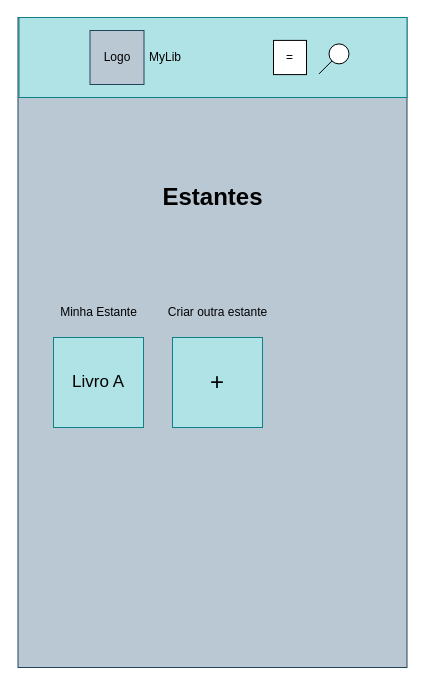
LeoHMuniz/FrontEnd keeps this draw.io diagram as page "Minhas Estantes!" (12 of 13) of Bookshelf.drawio. Above is the earlier version. Source tidied: cells renumbered, new cells numbered last; positions are measured from the earlier drawing's top-left corner, leaving out a move shared by most shapes. Both pictures are drawn from the tidied source at 100%, with x=0, y=0 at pixel (17, 17).
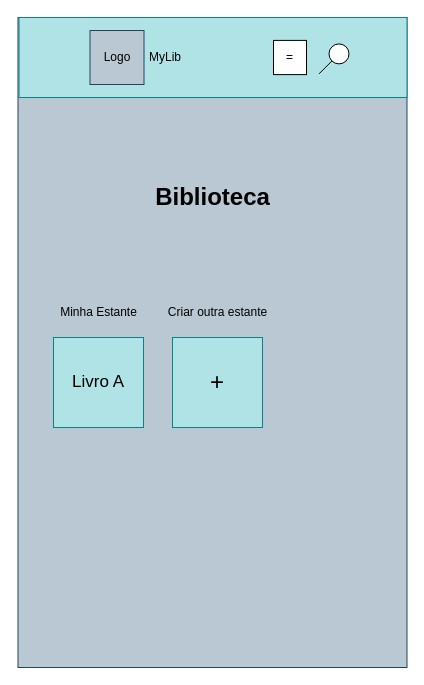
Above is the later version.

Diff of the diagram source:
```diff
@@
 <mxGraphModel>
   <root>
     <mxCell id="0" />
     <mxCell id="1" parent="0" />
     <mxCell id="2" style="rounded=0;whiteSpace=wrap;html=1;fillColor=#bac8d3;strokeColor=#23445d;" parent="1" vertex="1">
       <mxGeometry x="0.5" width="389" height="650" as="geometry" />
     </mxCell>
     <mxCell id="3" value="&lt;font style=&quot;font-size: 17px;&quot;&gt;Livro A&lt;/font&gt;" style="rounded=0;whiteSpace=wrap;html=1;fillColor=#b0e3e6;strokeColor=#0e8088;" parent="1" vertex="1">
       <mxGeometry x="36" y="320" width="90" height="90" as="geometry" />
     </mxCell>
     <mxCell id="4" style="rounded=0;whiteSpace=wrap;html=1;fillColor=#b0e3e6;strokeColor=#0e8088;" parent="1" vertex="1">
       <mxGeometry x="1.5" width="388" height="80" as="geometry" />
     </mxCell>
     <mxCell id="5" value="Logo" style="whiteSpace=wrap;html=1;fillColor=#bac8d3;strokeColor=#23445d;" parent="1" vertex="1">
       <mxGeometry x="72.5" y="13" width="54" height="54" as="geometry" />
     </mxCell>
     <mxCell id="6" value="MyLib" style="text;html=1;strokeColor=none;fillColor=none;align=center;verticalAlign=middle;whiteSpace=wrap;rounded=0;" parent="1" vertex="1">
       <mxGeometry x="102.5" y="25" width="90" height="30" as="geometry" />
     </mxCell>
     <mxCell id="7" value="=&lt;br&gt;" style="rounded=0;whiteSpace=wrap;html=1;" parent="1" vertex="1">
       <mxGeometry x="256" y="22.9" width="33" height="34.2" as="geometry" />
     </mxCell>
     <mxCell id="8" style="ellipse;whiteSpace=wrap;html=1;" parent="1" vertex="1">
       <mxGeometry x="311.5" y="26.4" width="20" height="20" as="geometry" />
     </mxCell>
     <mxCell id="9" style="endArrow=none;html=1;rounded=0;entryX=0;entryY=1;entryDx=0;entryDy=0;" parent="1" edge="1" target="8">
       <mxGeometry relative="1" as="geometry">
         <mxPoint x="301.5" y="56.4" as="sourcePoint" />
       </mxGeometry>
     </mxCell>
-    <mxCell id="10" value="Estantes" style="text;strokeColor=none;fillColor=none;html=1;fontSize=24;fontStyle=1;verticalAlign=middle;align=center;" parent="1" vertex="1">
+    <mxCell id="10" value="Biblioteca" style="text;strokeColor=none;fillColor=none;html=1;fontSize=24;fontStyle=1;verticalAlign=middle;align=center;" parent="1" vertex="1">
       <mxGeometry x="145" y="160" width="100" height="40" as="geometry" />
     </mxCell>
     <mxCell id="11" value="Minha Estante" style="text;html=1;strokeColor=none;fillColor=none;align=center;verticalAlign=middle;whiteSpace=wrap;rounded=0;" parent="1" vertex="1">
       <mxGeometry x="38.5" y="280" width="85" height="30" as="geometry" />
     </mxCell>
     <mxCell id="12" value="&lt;font style=&quot;font-size: 24px;&quot;&gt;+&lt;/font&gt;" style="rounded=0;whiteSpace=wrap;html=1;fillColor=#b0e3e6;strokeColor=#0e8088;" parent="1" vertex="1">
       <mxGeometry x="155" y="320" width="90" height="90" as="geometry" />
     </mxCell>
     <mxCell id="13" value="Criar outra estante" style="text;html=1;strokeColor=none;fillColor=none;align=center;verticalAlign=middle;whiteSpace=wrap;rounded=0;" parent="1" vertex="1">
       <mxGeometry x="145.8" y="280" width="108.5" height="30" as="geometry" />
     </mxCell>
   </root>
 </mxGraphModel>
```
